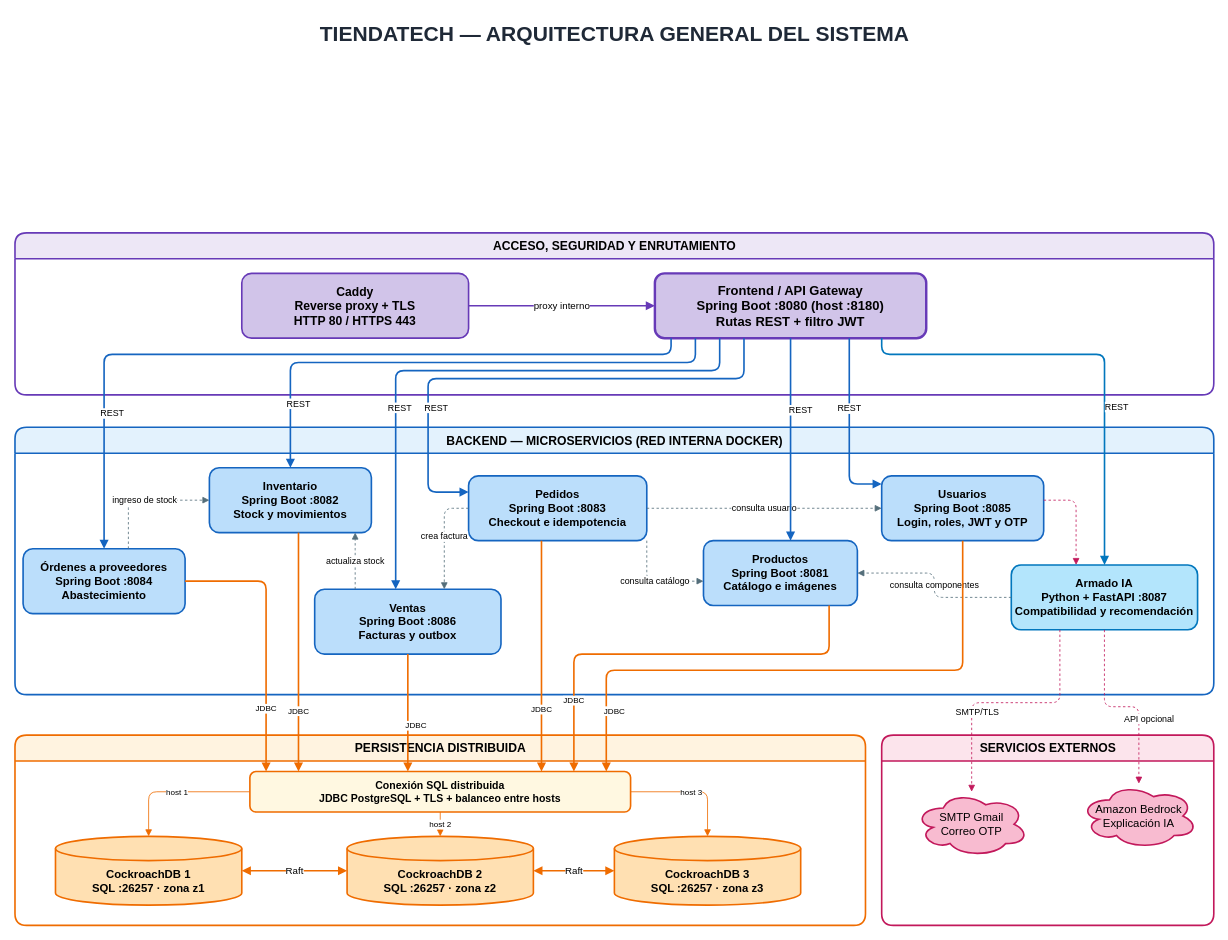
The draw.io diagram docs/diagrams/tiendatech-arquitectura-e4.drawio in JoseLozanoMorales/PFC-AppsDistribuidas, before the edit. Source tidied: cells renumbered, new cells numbered last; positions are measured from the earlier drawing's top-left corner, leaving out a move shared by most shapes. Both pictures are drawn from the tidied source at 81%, with x=0, y=0 at pixel (15, 14).
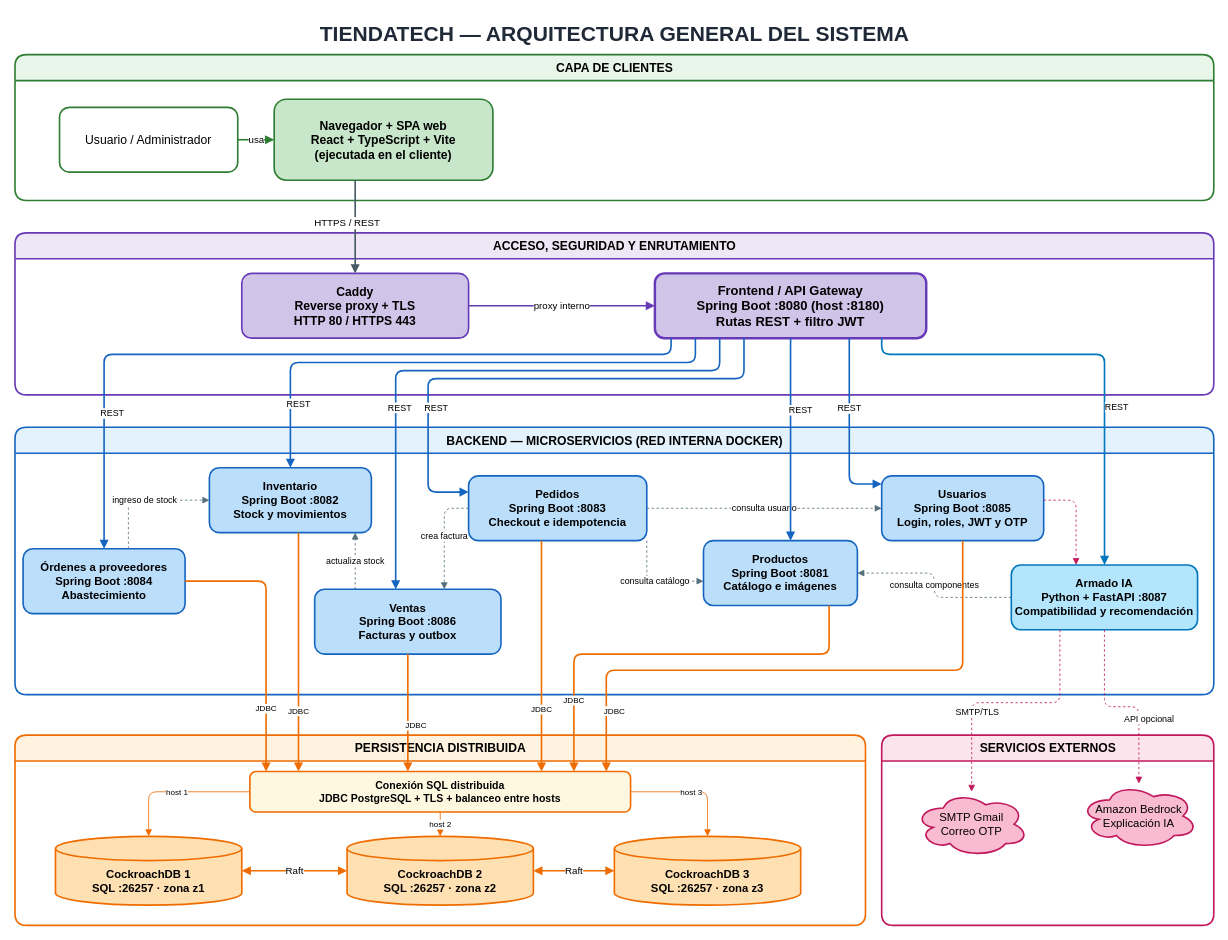
The same page after the edit.

Commit message:
representacion grafica cliente-web

Unchanged cells that the change refers to:
```xml
<mxCell id="20" value="Caddy&#10;Reverse proxy + TLS&#10;HTTP 80 / HTTPS 443" style="rounded=1;whiteSpace=wrap;html=1;fillColor=#D1C4E9;strokeColor=#673AB7;strokeWidth=2;fontStyle=1;fontSize=15;" parent="18" vertex="1">
  <mxGeometry x="280" y="50" width="280" height="80" as="geometry" />
</mxCell>
```

Diff of the diagram source:
```diff
@@
+    <mxCell id="50" value="CAPA DE CLIENTES" style="swimlane;html=1;rounded=1;startSize=32;horizontal=1;fillColor=#E8F5E9;strokeColor=#2E7D32;strokeWidth=2;fontStyle=1;fontSize=15;" parent="1" vertex="1">
+      <mxGeometry y="50" width="1480" height="180" as="geometry" />
+    </mxCell>
+    <mxCell id="51" value="Navegador + SPA web&#10;React + TypeScript + Vite&#10;(ejecutada en el cliente)" style="rounded=1;whiteSpace=wrap;html=1;fillColor=#C8E6C9;strokeColor=#2E7D32;strokeWidth=2;fontStyle=1;fontSize=15;" parent="50" vertex="1">
+      <mxGeometry x="320" y="55" width="270" height="100" as="geometry" />
+    </mxCell>
+    <mxCell id="52" value="Usuario / Administrador" style="rounded=1;whiteSpace=wrap;html=1;fillColor=#FFFFFF;strokeColor=#2E7D32;strokeWidth=2;fontSize=15;" parent="50" vertex="1">
+      <mxGeometry x="55" y="65" width="220" height="80" as="geometry" />
+    </mxCell>
+    <mxCell id="53" value="usa" style="edgeStyle=orthogonalEdgeStyle;rounded=1;html=1;endArrow=block;endFill=1;strokeColor=#2E7D32;strokeWidth=2;fontSize=12;" parent="50" edge="1" source="52" target="51">
+      <mxGeometry relative="1" as="geometry" />
+    </mxCell>
+    <mxCell id="54" value="HTTPS / REST" style="edgeStyle=orthogonalEdgeStyle;rounded=1;html=1;endArrow=block;endFill=1;strokeColor=#455A64;strokeWidth=2;fontSize=12;" parent="1" edge="1" source="51" target="20">
+      <mxGeometry x="-0.08" y="-10" relative="1" as="geometry">
+        <Array as="points">
+          <mxPoint x="420" y="220" />
+          <mxPoint x="420" y="220" />
+        </Array>
+      </mxGeometry>
+    </mxCell>
```
